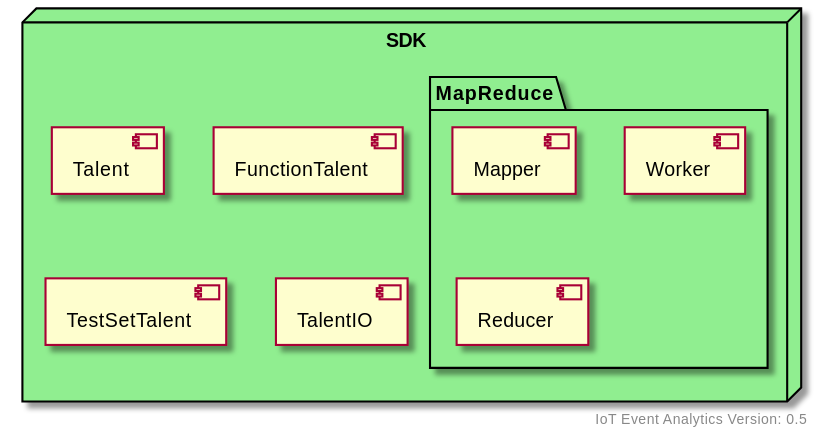
Above: docs/topics/assets/plantuml/components_sdk.svg in COVESA/iot-event-analytics (PlantUML), before the change.
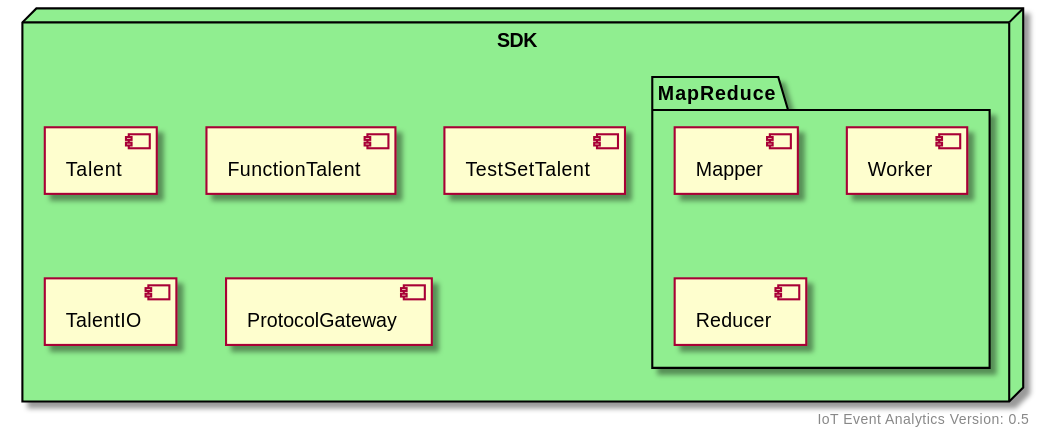
The same diagram one commit later.

Diff of the diagram source:
```diff
@@ -11,6 +11,7 @@
     component FunctionTalent
     component TestSetTalent
     component TalentIO
+    component ProtocolGateway
 
     package MapReduce {
         component Mapper
```
